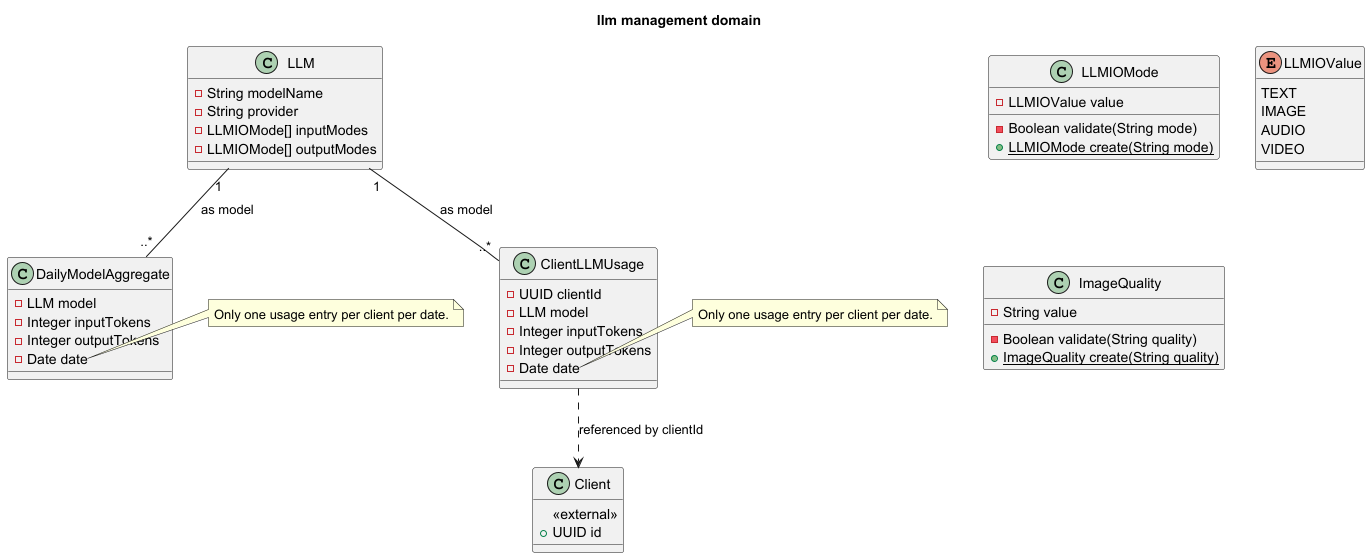
The PlantUML diagram docs/uml/domain-modelling/images/llm_management_domain.png in pondem87/medulla2j, before a commit.
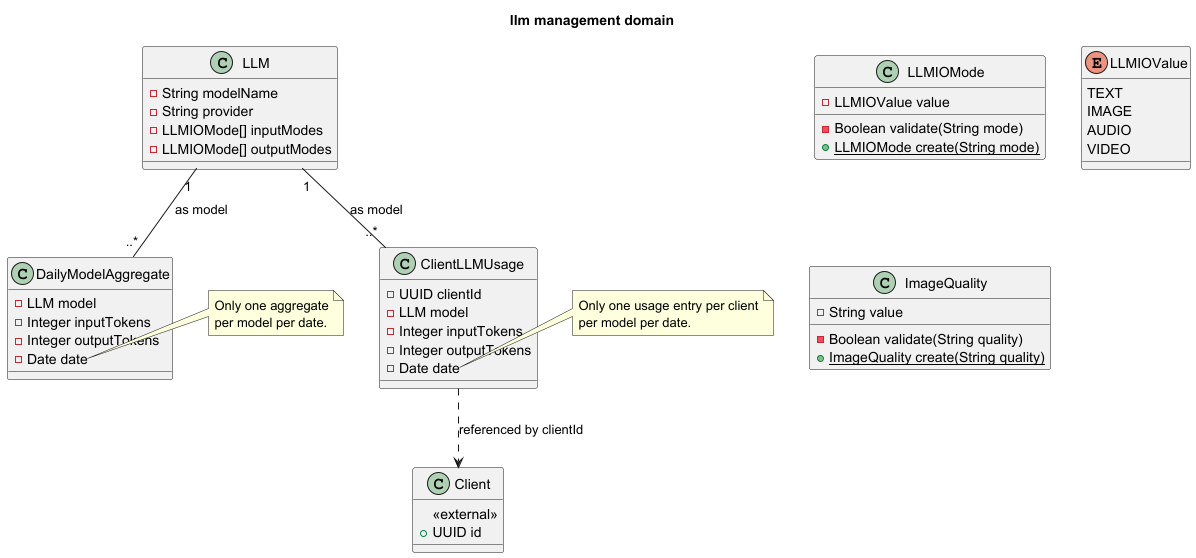
The same diagram one commit later.

Commit message:
domain modelling more changes

What changed in the source:
```diff
@@ -17,7 +17,8 @@
 }
 
 note right of DailyModelAggregate::date
-Only one usage entry per client per date.
+Only one aggregate
+per model per date.
 end note
 
 class ClientLLMUsage {
@@ -29,7 +30,8 @@
 }
 
 note right of ClientLLMUsage::date
-Only one usage entry per client per date.
+Only one usage entry per client
+per model per date.
 end note
 
 class LLMIOMode {
```
